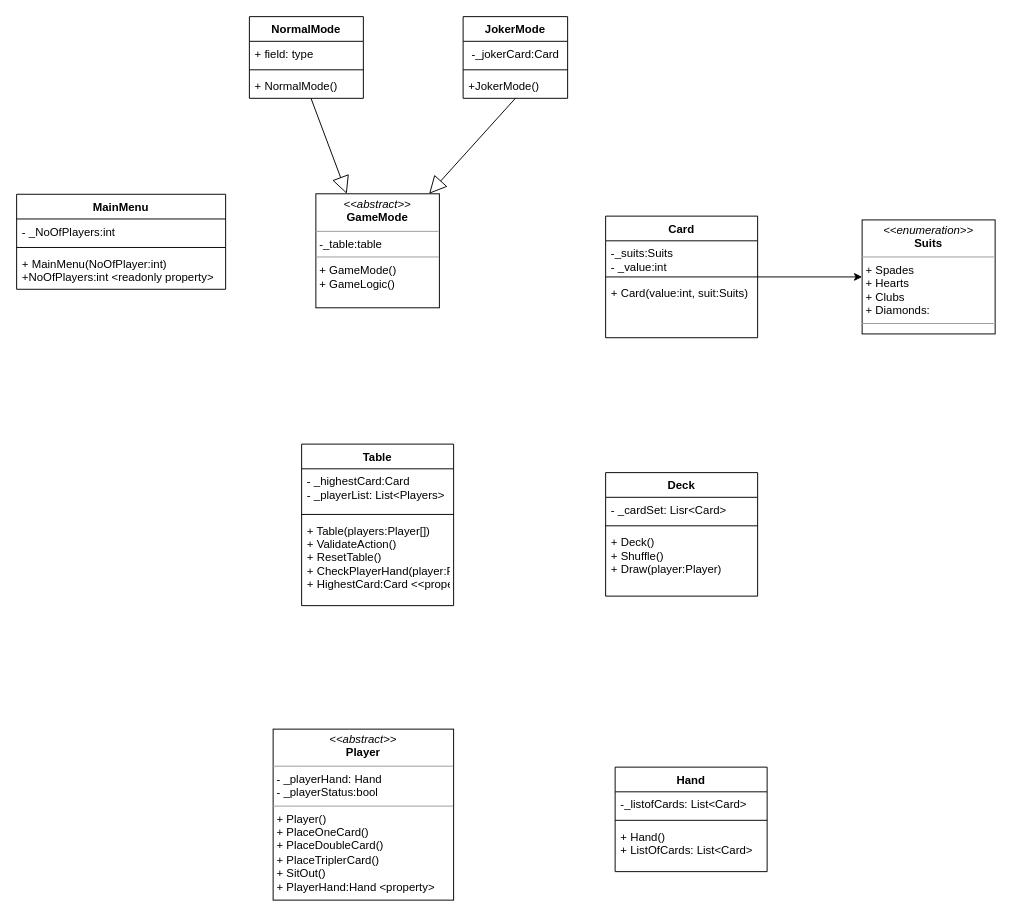
This is DistinctionTask.drawio from LastMinuteBanter/DistinctionTaskUML, a draw.io file, before an edit. Source tidied: cells renumbered, new cells numbered last; positions are measured from the earlier drawing's top-left corner, leaving out a move shared by most shapes. Both pictures are drawn from the tidied source at 95%, with x=0, y=0 at pixel (16, 16).
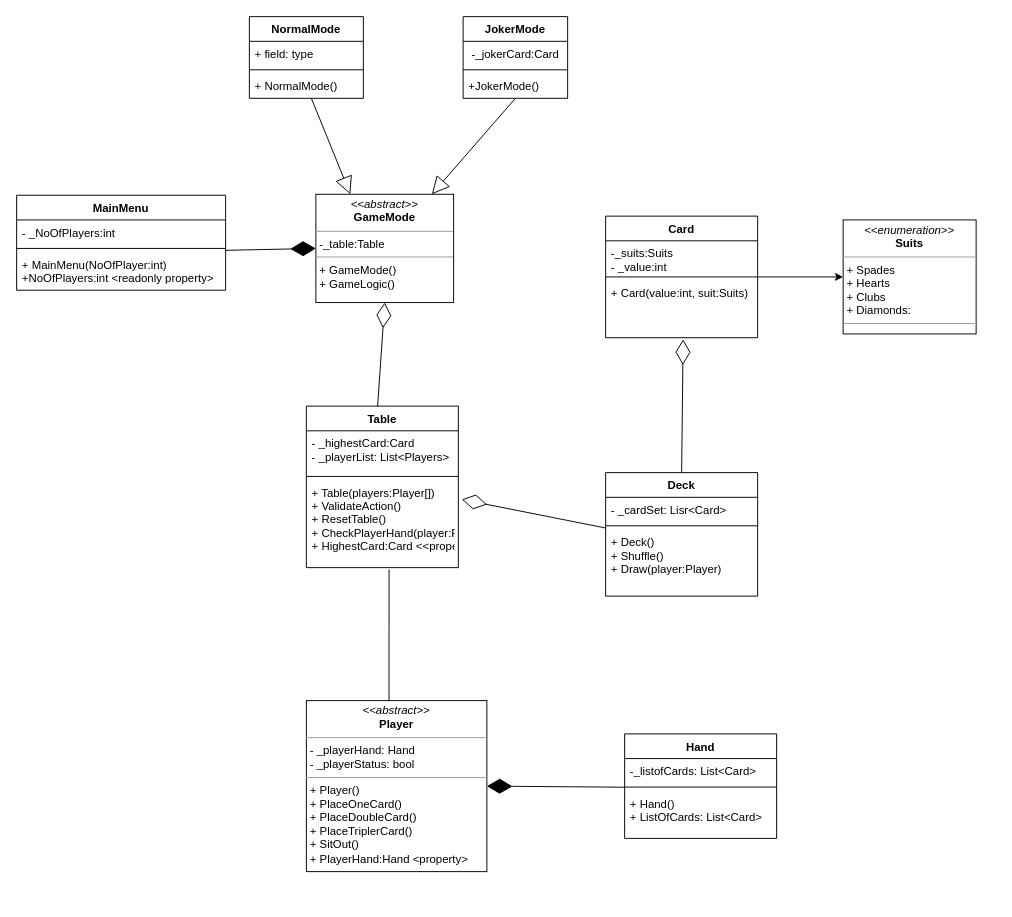
The same page after the edit.

The change refers to these unchanged cells:
```xml
<mxCell id="5" value="+ MainMenu(NoOfPlayer:int)&#10;+NoOfPlayers:int &lt;readonly property&gt;&#10;" style="text;strokeColor=none;fillColor=none;align=left;verticalAlign=top;spacingLeft=4;spacingRight=4;overflow=hidden;points=[[0,0.5],[1,0.5]];portConstraint=eastwest;" parent="2" vertex="1">
  <mxGeometry y="60" width="220" height="40" as="geometry" />
</mxCell>
<mxCell id="17" value="+ Table(players:Player[])&#10;+ ValidateAction()&#10;+ ResetTable()&#10;+ CheckPlayerHand(player:Player)&#10;+ HighestCard:Card &lt;&lt;property&gt;&gt;" style="text;strokeColor=none;fillColor=none;align=left;verticalAlign=top;spacingLeft=4;spacingRight=4;overflow=hidden;points=[[0,0.5],[1,0.5]];portConstraint=eastwest;" parent="14" vertex="1">
  <mxGeometry y="78" width="160" height="92" as="geometry" />
</mxCell>
<mxCell id="20" value="Deck" style="swimlane;fontStyle=1;align=center;verticalAlign=top;horizontal=1;startSize=26;glass=0;fontSize=12;" parent="1" vertex="1">
  <mxGeometry x="620" y="480" width="160" height="130" as="geometry" />
</mxCell>
<mxCell id="23" value="+ Deck()&#10;+ Shuffle()&#10;+ Draw(player:Player)&#10;" style="text;strokeColor=none;fillColor=none;align=left;verticalAlign=top;spacingLeft=4;spacingRight=4;overflow=hidden;points=[[0,0.5],[1,0.5]];portConstraint=eastwest;" parent="20" vertex="1">
  <mxGeometry y="60" width="160" height="70" as="geometry" />
</mxCell>
<mxCell id="28" value="+ Card(value:int, suit:Suits)" style="text;strokeColor=none;fillColor=none;align=left;verticalAlign=top;spacingLeft=4;spacingRight=4;overflow=hidden;points=[[0,0.5],[1,0.5]];portConstraint=eastwest;" parent="25" vertex="1">
  <mxGeometry y="68" width="160" height="60" as="geometry" />
</mxCell>
<mxCell id="33" value="+ Hand()&#10;+ ListOfCards: List&lt;Card&gt;" style="text;strokeColor=none;fillColor=none;align=left;verticalAlign=top;spacingLeft=4;spacingRight=4;overflow=hidden;points=[[0,0.5],[1,0.5]];portConstraint=eastwest;" parent="30" vertex="1">
  <mxGeometry y="60" width="160" height="50" as="geometry" />
</mxCell>
```

Change to the diagram source:
```diff
@@
     <mxCell id="2" value="MainMenu" style="swimlane;fontStyle=1;align=center;verticalAlign=top;horizontal=1;startSize=26;" parent="1" vertex="1">
-      <mxGeometry y="187" width="220" height="100" as="geometry" />
+      <mxGeometry y="188" width="220" height="100" as="geometry" />
     </mxCell>
@@
     <mxCell id="14" value="Table" style="swimlane;fontStyle=1;align=center;verticalAlign=top;horizontal=1;startSize=26;" parent="1" vertex="1">
-      <mxGeometry x="300" y="450" width="160" height="170" as="geometry" />
+      <mxGeometry x="305" y="410" width="160" height="170" as="geometry" />
     </mxCell>
@@
-    <mxCell id="18" value="&lt;p style=&quot;margin: 0px ; margin-top: 4px ; text-align: center&quot;&gt;&lt;i&gt;&amp;lt;&amp;lt;abstract&amp;gt;&amp;gt;&lt;/i&gt;&lt;br&gt;&lt;b&gt;Player&lt;/b&gt;&lt;/p&gt;&lt;hr size=&quot;1&quot;&gt;&lt;p style=&quot;margin: 0px ; margin-left: 4px&quot;&gt;- _playerHand: Hand&lt;/p&gt;&lt;p style=&quot;margin: 0px ; margin-left: 4px&quot;&gt;- _playerStatus:bool&lt;br&gt;&lt;/p&gt;&lt;hr size=&quot;1&quot;&gt;&lt;p style=&quot;margin: 0px ; margin-left: 4px&quot;&gt;+ Player()&lt;br&gt;+ PlaceOneCard()&lt;/p&gt;&lt;p style=&quot;margin: 0px ; margin-left: 4px&quot;&gt;+ PlaceDoubleCard()&lt;/p&gt;&lt;p style=&quot;margin: 0px ; margin-left: 4px&quot;&gt;+ PlaceTriplerCard()&lt;/p&gt;&lt;p style=&quot;margin: 0px ; margin-left: 4px&quot;&gt;+ SitOut()&lt;/p&gt;&lt;p style=&quot;margin: 0px ; margin-left: 4px&quot;&gt;+ PlayerHand:Hand &amp;lt;property&amp;gt;&lt;br&gt;&lt;/p&gt;" style="verticalAlign=top;align=left;overflow=fill;fontSize=12;fontFamily=Helvetica;html=1;glass=0;" parent="1" vertex="1">
-      <mxGeometry x="270" y="750" width="190" height="180" as="geometry" />
+    <mxCell id="18" value="&lt;p style=&quot;margin: 0px ; margin-top: 4px ; text-align: center&quot;&gt;&lt;i&gt;&amp;lt;&amp;lt;abstract&amp;gt;&amp;gt;&lt;/i&gt;&lt;br&gt;&lt;b&gt;Player&lt;/b&gt;&lt;/p&gt;&lt;hr size=&quot;1&quot;&gt;&lt;p style=&quot;margin: 0px ; margin-left: 4px&quot;&gt;- _playerHand: Hand&lt;/p&gt;&lt;p style=&quot;margin: 0px ; margin-left: 4px&quot;&gt;- _playerStatus: bool&lt;br&gt;&lt;/p&gt;&lt;hr size=&quot;1&quot;&gt;&lt;p style=&quot;margin: 0px ; margin-left: 4px&quot;&gt;+ Player()&lt;br&gt;+ PlaceOneCard()&lt;/p&gt;&lt;p style=&quot;margin: 0px ; margin-left: 4px&quot;&gt;+ PlaceDoubleCard()&lt;/p&gt;&lt;p style=&quot;margin: 0px ; margin-left: 4px&quot;&gt;+ PlaceTriplerCard()&lt;/p&gt;&lt;p style=&quot;margin: 0px ; margin-left: 4px&quot;&gt;+ SitOut()&lt;/p&gt;&lt;p style=&quot;margin: 0px ; margin-left: 4px&quot;&gt;+ PlayerHand:Hand &amp;lt;property&amp;gt;&lt;br&gt;&lt;/p&gt;" style="verticalAlign=top;align=left;overflow=fill;fontSize=12;fontFamily=Helvetica;html=1;glass=0;" parent="1" vertex="1">
+      <mxGeometry x="305" y="720" width="190" height="180" as="geometry" />
     </mxCell>
-    <mxCell id="19" value="&lt;p style=&quot;margin: 0px ; margin-top: 4px ; text-align: center&quot;&gt;&lt;i&gt;&amp;lt;&amp;lt;abstract&amp;gt;&amp;gt;&lt;/i&gt;&lt;br&gt;&lt;b&gt;GameMode&lt;/b&gt;&lt;/p&gt;&lt;hr size=&quot;1&quot;&gt;&lt;p style=&quot;margin: 0px ; margin-left: 4px&quot;&gt;-_table:table&lt;br&gt;&lt;/p&gt;&lt;hr size=&quot;1&quot;&gt;&lt;p style=&quot;margin: 0px ; margin-left: 4px&quot;&gt;+ GameMode()&lt;/p&gt;&lt;p style=&quot;margin: 0px ; margin-left: 4px&quot;&gt;+ GameLogic()&lt;br&gt;&lt;/p&gt;" style="verticalAlign=top;align=left;overflow=fill;fontSize=12;fontFamily=Helvetica;html=1;glass=0;" parent="1" vertex="1">
-      <mxGeometry x="315" y="186.5" width="130" height="120" as="geometry" />
+    <mxCell id="19" value="&lt;p style=&quot;margin: 0px ; margin-top: 4px ; text-align: center&quot;&gt;&lt;i&gt;&amp;lt;&amp;lt;abstract&amp;gt;&amp;gt;&lt;/i&gt;&lt;br&gt;&lt;b&gt;GameMode&lt;/b&gt;&lt;/p&gt;&lt;hr size=&quot;1&quot;&gt;&lt;p style=&quot;margin: 0px ; margin-left: 4px&quot;&gt;-_table:Table&lt;br&gt;&lt;/p&gt;&lt;hr size=&quot;1&quot;&gt;&lt;p style=&quot;margin: 0px ; margin-left: 4px&quot;&gt;+ GameMode()&lt;/p&gt;&lt;p style=&quot;margin: 0px ; margin-left: 4px&quot;&gt;+ GameLogic()&lt;br&gt;&lt;/p&gt;" style="verticalAlign=top;align=left;overflow=fill;fontSize=12;fontFamily=Helvetica;html=1;glass=0;" parent="1" vertex="1">
+      <mxGeometry x="315" y="187" width="145" height="114" as="geometry" />
     </mxCell>
@@
     <mxCell id="29" value="&lt;p style=&quot;margin: 0px ; margin-top: 4px ; text-align: center&quot;&gt;&lt;i&gt;&amp;lt;&amp;lt;enumeration&amp;gt;&amp;gt;&lt;/i&gt;&lt;br&gt;&lt;b&gt;Suits&lt;/b&gt;&lt;/p&gt;&lt;hr size=&quot;1&quot;&gt;&lt;p style=&quot;margin: 0px ; margin-left: 4px&quot;&gt;+ Spades&lt;/p&gt;&lt;p style=&quot;margin: 0px ; margin-left: 4px&quot;&gt;+ Hearts&lt;/p&gt;&lt;p style=&quot;margin: 0px ; margin-left: 4px&quot;&gt;+ Clubs&lt;/p&gt;&lt;p style=&quot;margin: 0px ; margin-left: 4px&quot;&gt;+ Diamonds:&lt;br&gt;&lt;/p&gt;&lt;hr size=&quot;1&quot;&gt;&lt;p style=&quot;margin: 0px ; margin-left: 4px&quot;&gt;&lt;br&gt;&lt;/p&gt;" style="verticalAlign=top;align=left;overflow=fill;fontSize=12;fontFamily=Helvetica;html=1;glass=0;" parent="1" vertex="1">
-      <mxGeometry x="890" y="214" width="140" height="120" as="geometry" />
+      <mxGeometry x="870" y="214" width="140" height="120" as="geometry" />
     </mxCell>
     <mxCell id="30" value="Hand" style="swimlane;fontStyle=1;align=center;verticalAlign=top;horizontal=1;startSize=26;glass=0;fontSize=12;" parent="1" vertex="1">
-      <mxGeometry x="630" y="790" width="160" height="110" as="geometry" />
+      <mxGeometry x="640" y="755" width="160" height="110" as="geometry" />
     </mxCell>
@@
+    <mxCell id="36" style="endArrow=diamondThin;endFill=1;endSize=24;html=1;fontSize=12;exitX=1;exitY=-0.05;exitDx=0;exitDy=0;exitPerimeter=0;entryX=0;entryY=0.5;entryDx=0;entryDy=0;" parent="1" edge="1" source="5" target="19">
+      <mxGeometry relative="1" as="geometry" />
+    </mxCell>
+    <mxCell id="37" style="endArrow=diamondThin;endFill=0;endSize=24;html=1;fontSize=12;entryX=0.5;entryY=1;entryDx=0;entryDy=0;" parent="1" edge="1" target="19">
+      <mxGeometry relative="1" as="geometry">
+        <mxPoint x="380" y="410" as="sourcePoint" />
+      </mxGeometry>
+    </mxCell>
+    <mxCell id="38" style="endArrow=none;html=1;edgeStyle=orthogonalEdgeStyle;fontSize=12;entryX=0.544;entryY=1.022;entryDx=0;entryDy=0;entryPerimeter=0;" parent="1" edge="1" source="18" target="17">
+      <mxGeometry relative="1" as="geometry">
+        <Array as="points">
+          <mxPoint x="392" y="650" />
+          <mxPoint x="392" y="650" />
+        </Array>
+      </mxGeometry>
+    </mxCell>
+    <mxCell id="39" style="html=1;align=left;verticalAlign=bottom;labelBackgroundColor=#ffffff;fontSize=10;" parent="38" vertex="1">
+      <mxGeometry x="-1" relative="1" as="geometry" />
+    </mxCell>
+    <mxCell id="40" style="html=1;align=right;verticalAlign=bottom;labelBackgroundColor=#ffffff;fontSize=10;" parent="38" vertex="1">
+      <mxGeometry x="1" relative="1" as="geometry" />
+    </mxCell>
+    <mxCell id="41" style="endArrow=diamondThin;endFill=1;endSize=24;html=1;fontSize=12;entryX=1;entryY=0.5;entryDx=0;entryDy=0;exitX=0.001;exitY=-0.077;exitDx=0;exitDy=0;exitPerimeter=0;" parent="1" edge="1" source="33" target="18">
+      <mxGeometry relative="1" as="geometry" />
+    </mxCell>
+    <mxCell id="42" style="endArrow=diamondThin;endFill=0;endSize=24;html=1;fontSize=12;entryX=0.51;entryY=1.029;entryDx=0;entryDy=0;entryPerimeter=0;exitX=0.5;exitY=0;exitDx=0;exitDy=0;" parent="1" edge="1" source="20" target="28">
+      <mxGeometry relative="1" as="geometry" />
+    </mxCell>
+    <mxCell id="43" style="endArrow=diamondThin;endFill=0;endSize=24;html=1;fontSize=12;entryX=1.023;entryY=0.22;entryDx=0;entryDy=0;entryPerimeter=0;exitX=0.001;exitY=-0.024;exitDx=0;exitDy=0;exitPerimeter=0;" parent="1" edge="1" source="23" target="17">
+      <mxGeometry relative="1" as="geometry" />
+    </mxCell>
```
